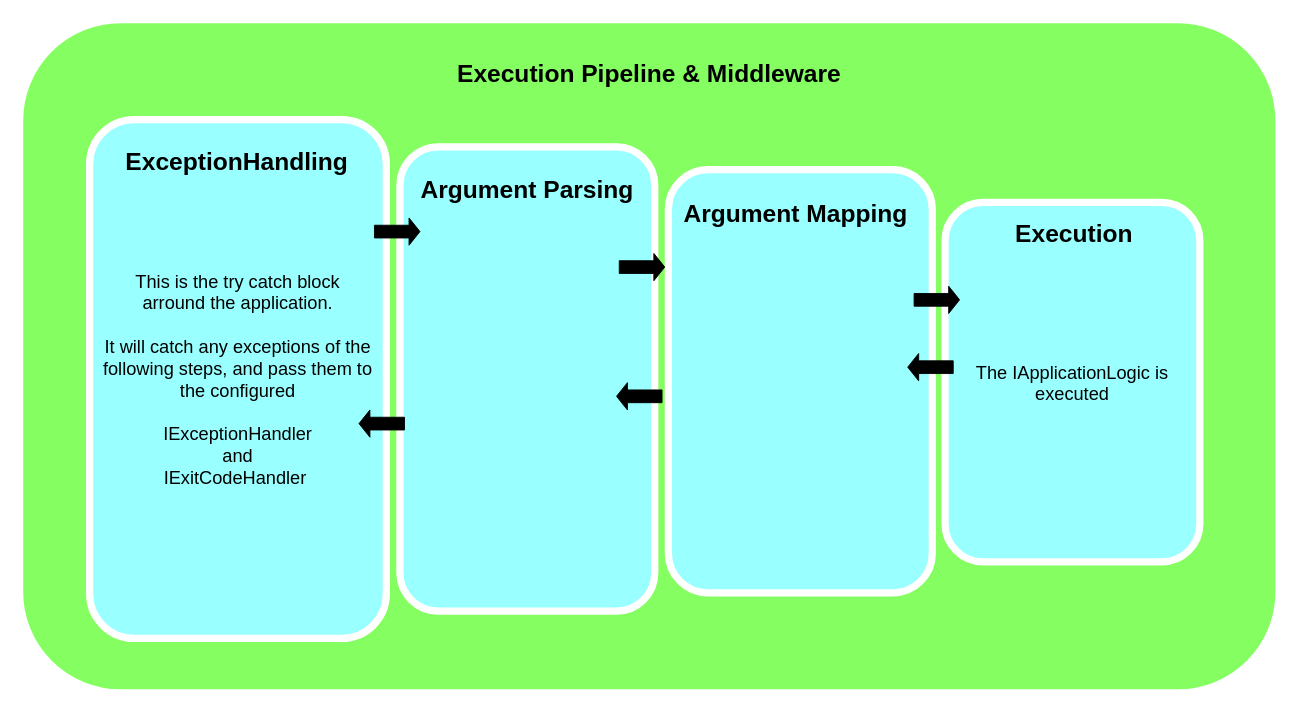
Above: src/doc/Unbenanntes Diagramm.drawio in bramerdaniel/ConsoLovers (draw.io), before the change. Source tidied: cells renumbered, new cells numbered last; positions are measured from the earlier drawing's top-left corner, leaving out a move shared by most shapes. Both pictures are drawn from the tidied source at 91%, with x=0, y=0 at pixel (19, 19).
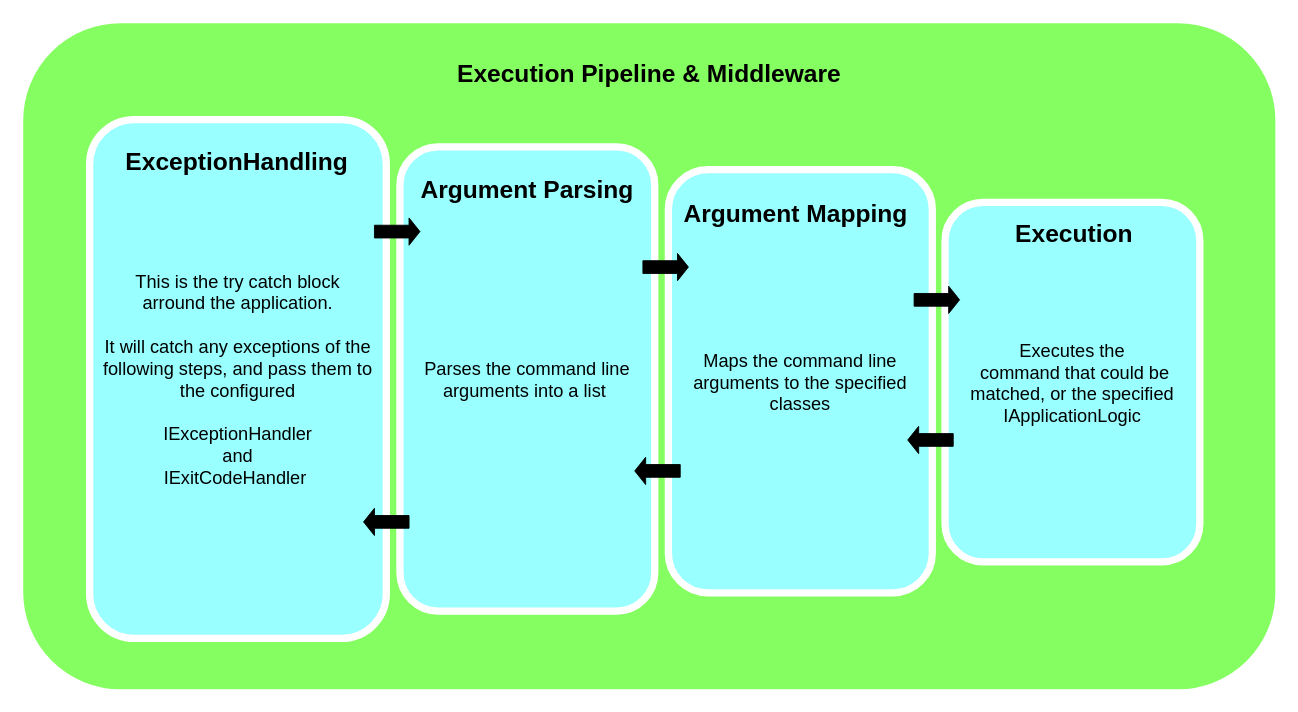
The same diagram, later.

Change to the diagram source:
```diff
@@
 <mxGraphModel>
   <root>
     <mxCell id="0" />
     <mxCell id="1" parent="0" />
     <mxCell id="2" style="whiteSpace=wrap;html=1;rounded=1;shadow=0;strokeWidth=8;fontSize=20;align=center;fillColor=#85FE61;strokeColor=#FFFFFF;" parent="1" vertex="1">
       <mxGeometry width="1384" height="740" as="geometry" />
     </mxCell>
     <mxCell id="3" value="This is the try catch block&lt;br&gt;arround the application.&lt;br&gt;&lt;br&gt;It will catch any exceptions of the following steps, and pass them to the configured&lt;br&gt;&lt;br&gt;IExceptionHandler&lt;br&gt;and&lt;br&gt;IExitCodeHandler&amp;nbsp;" style="whiteSpace=wrap;html=1;rounded=1;shadow=0;strokeWidth=8;fontSize=20;align=center;fillColor=#99FFFF;strokeColor=#FFFFFF;" parent="1" vertex="1">
       <mxGeometry x="77" y="110" width="326" height="570" as="geometry" />
     </mxCell>
     <mxCell id="4" value="ExceptionHandling" style="text;html=1;strokeColor=none;fillColor=none;align=center;verticalAlign=middle;whiteSpace=wrap;rounded=0;shadow=0;fontSize=27;fontColor=#000000;fontStyle=1;" parent="1" vertex="1">
       <mxGeometry x="99" y="127" width="280" height="60" as="geometry" />
     </mxCell>
-    <mxCell id="5" style="whiteSpace=wrap;html=1;rounded=1;shadow=0;strokeWidth=8;fontSize=20;align=center;fillColor=#99FFFF;strokeColor=#FFFFFF;" parent="1" vertex="1">
+    <mxCell id="5" value="Parses the command line arguments into a list&amp;nbsp;" style="whiteSpace=wrap;html=1;rounded=1;shadow=0;strokeWidth=8;fontSize=20;align=center;fillColor=#99FFFF;strokeColor=#FFFFFF;" parent="1" vertex="1">
       <mxGeometry x="418" y="140" width="280" height="510" as="geometry" />
     </mxCell>
     <mxCell id="6" value="Argument Parsing" style="text;html=1;strokeColor=none;fillColor=none;align=center;verticalAlign=middle;whiteSpace=wrap;rounded=0;shadow=0;fontSize=27;fontColor=#000000;fontStyle=1;" parent="1" vertex="1">
       <mxGeometry x="418" y="158" width="280" height="60" as="geometry" />
     </mxCell>
-    <mxCell id="7" style="whiteSpace=wrap;html=1;rounded=1;shadow=0;strokeWidth=8;fontSize=20;align=center;fillColor=#99FFFF;strokeColor=#FFFFFF;" parent="1" vertex="1">
+    <mxCell id="7" value="Maps the command line arguments to the specified classes" style="whiteSpace=wrap;html=1;rounded=1;shadow=0;strokeWidth=8;fontSize=20;align=center;fillColor=#99FFFF;strokeColor=#FFFFFF;" parent="1" vertex="1">
       <mxGeometry x="713" y="165" width="290" height="465" as="geometry" />
     </mxCell>
     <mxCell id="8" value="Argument Mapping" style="text;html=1;strokeColor=none;fillColor=none;align=center;verticalAlign=middle;whiteSpace=wrap;rounded=0;shadow=0;fontSize=27;fontColor=#000000;fontStyle=1;" parent="1" vertex="1">
       <mxGeometry x="713" y="184" width="280" height="60" as="geometry" />
     </mxCell>
-    <mxCell id="9" value="The IApplicationLogic is executed" style="whiteSpace=wrap;html=1;rounded=1;shadow=0;strokeWidth=8;fontSize=20;align=center;fillColor=#99FFFF;strokeColor=#FFFFFF;" parent="1" vertex="1">
+    <mxCell id="9" value="Executes the &lt;br&gt;&amp;nbsp;command that could be matched, or the specified IApplicationLogic" style="whiteSpace=wrap;html=1;rounded=1;shadow=0;strokeWidth=8;fontSize=20;align=center;fillColor=#99FFFF;strokeColor=#FFFFFF;" parent="1" vertex="1">
       <mxGeometry x="1017" y="201" width="280" height="395" as="geometry" />
     </mxCell>
     <mxCell id="10" value="Execution" style="text;html=1;strokeColor=none;fillColor=none;align=center;verticalAlign=middle;whiteSpace=wrap;rounded=0;shadow=0;fontSize=27;fontColor=#000000;fontStyle=1;" parent="1" vertex="1">
       <mxGeometry x="1019" y="206" width="280" height="60" as="geometry" />
     </mxCell>
     <mxCell id="11" value="Execution Pipeline &amp;amp; Middleware" style="text;html=1;strokeColor=none;fillColor=none;align=center;verticalAlign=middle;whiteSpace=wrap;rounded=0;shadow=0;fontSize=27;fontColor=#000000;fontStyle=1;" parent="1" vertex="1">
       <mxGeometry x="87" y="30" width="1210" height="60" as="geometry" />
     </mxCell>
     <mxCell id="12" style="shape=singleArrow;whiteSpace=wrap;html=1;rounded=0;shadow=0;fontFamily=Helvetica;fontSize=27;fontColor=#000000;fillColor=#000000;gradientColor=none;arrowWidth=0.4666666666666667;arrowSize=0.24;" parent="1" vertex="1">
       <mxGeometry x="390" y="218" width="50" height="30" as="geometry" />
     </mxCell>
     <mxCell id="13" style="shape=singleArrow;whiteSpace=wrap;html=1;rounded=0;shadow=0;fontFamily=Helvetica;fontSize=27;fontColor=#000000;fillColor=#000000;gradientColor=none;arrowWidth=0.4666666666666667;arrowSize=0.24;" parent="1" vertex="1">
-      <mxGeometry x="659" y="257" width="50" height="30" as="geometry" />
+      <mxGeometry x="685" y="257" width="50" height="30" as="geometry" />
     </mxCell>
     <mxCell id="14" style="shape=singleArrow;whiteSpace=wrap;html=1;rounded=0;shadow=0;fontFamily=Helvetica;fontSize=27;fontColor=#000000;fillColor=#000000;gradientColor=none;arrowWidth=0.4666666666666667;arrowSize=0.24;" parent="1" vertex="1">
       <mxGeometry x="983" y="293" width="50" height="30" as="geometry" />
     </mxCell>
     <mxCell id="15" style="shape=singleArrow;whiteSpace=wrap;html=1;rounded=0;shadow=0;fontFamily=Helvetica;fontSize=27;fontColor=#000000;fillColor=#000000;gradientColor=none;arrowWidth=0.4666666666666667;arrowSize=0.24;rotation=-180;" parent="1" vertex="1">
-      <mxGeometry x="976" y="367" width="50" height="30" as="geometry" />
+      <mxGeometry x="976" y="447" width="50" height="30" as="geometry" />
     </mxCell>
     <mxCell id="16" style="shape=singleArrow;whiteSpace=wrap;html=1;rounded=0;shadow=0;fontFamily=Helvetica;fontSize=27;fontColor=#000000;fillColor=#000000;gradientColor=none;arrowWidth=0.4666666666666667;arrowSize=0.24;rotation=-180;" parent="1" vertex="1">
-      <mxGeometry x="656" y="399" width="50" height="30" as="geometry" />
+      <mxGeometry x="676" y="481" width="50" height="30" as="geometry" />
     </mxCell>
     <mxCell id="17" style="shape=singleArrow;whiteSpace=wrap;html=1;rounded=0;shadow=0;fontFamily=Helvetica;fontSize=27;fontColor=#000000;fillColor=#000000;gradientColor=none;arrowWidth=0.4666666666666667;arrowSize=0.24;rotation=-180;" parent="1" vertex="1">
-      <mxGeometry x="373" y="429" width="50" height="30" as="geometry" />
+      <mxGeometry x="378" y="537" width="50" height="30" as="geometry" />
     </mxCell>
   </root>
 </mxGraphModel>
```
